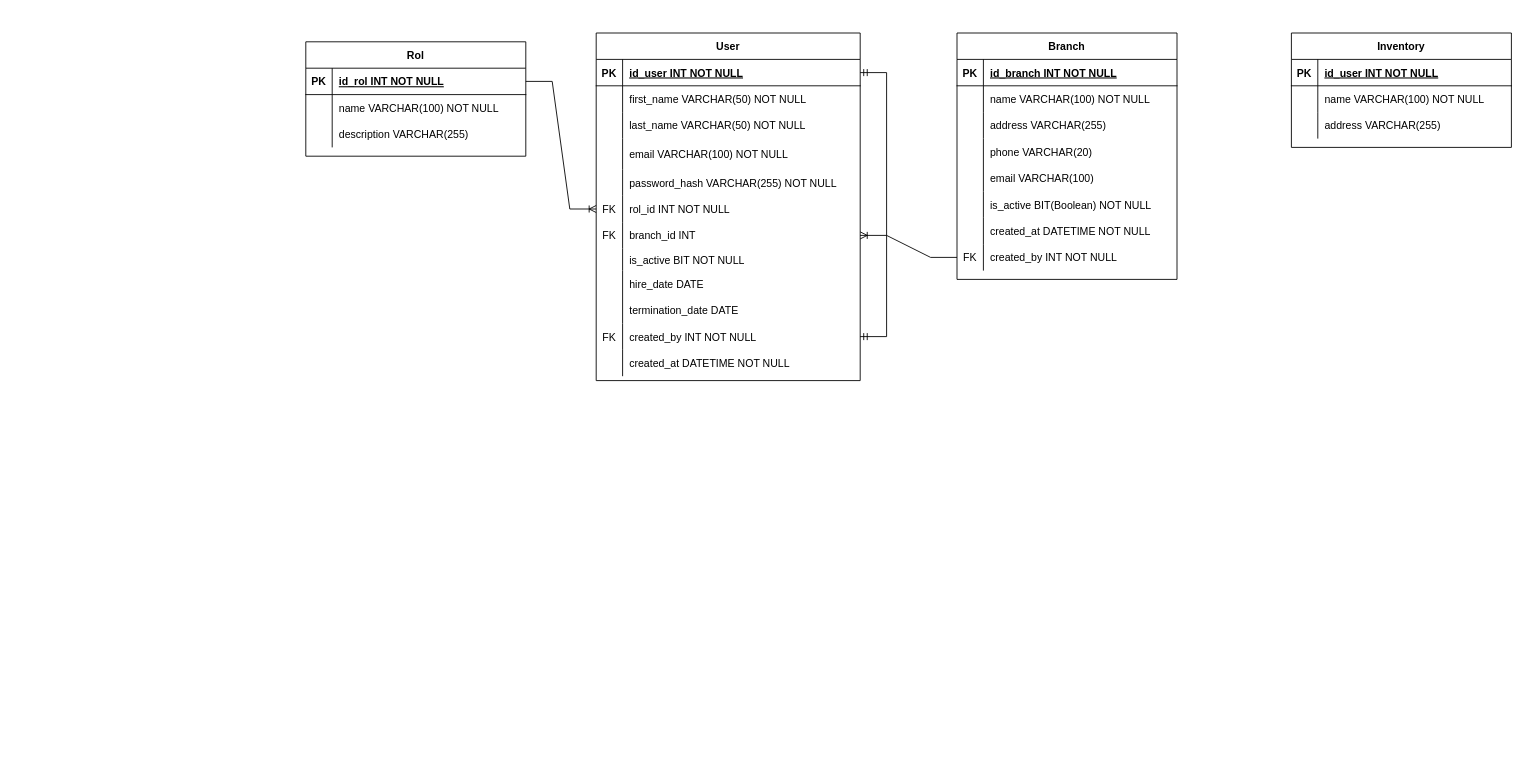
This is Requerimientos/zeromerma_db.drawio from CastellanosBS/ZeroMerma, a draw.io file, before an edit. Source tidied: cells renumbered, new cells numbered last; positions are measured from the earlier drawing's top-left corner, leaving out a move shared by most shapes. Both pictures are drawn from the tidied source at 88%, with x=0, y=0 at pixel (253, 33).
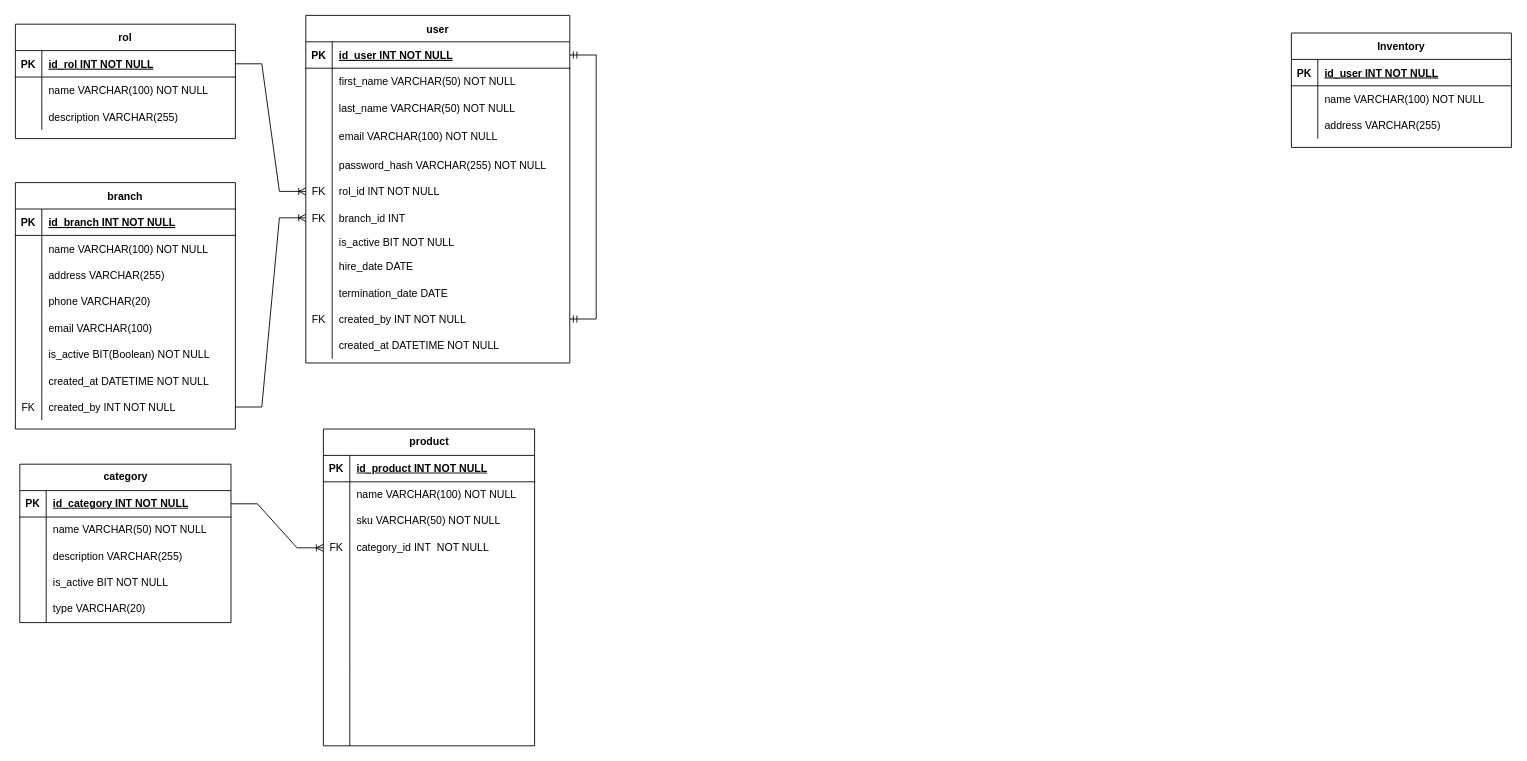
The same diagram, later.

Unchanged cells that the change refers to:
```xml
<mxCell id="24" style="shape=partialRectangle;fillColor=none;points=[[0,0.5],[1,0.5]];portConstraint=eastwest;top=0;left=0;right=0;bottom=0;" parent="2" vertex="1">
  <mxGeometry y="240" width="250" height="30" as="geometry" />
</mxCell>
<mxCell id="46" style="shape=partialRectangle;fillColor=none;points=[[0,0.5],[1,0.5]];portConstraint=eastwest;top=0;left=0;right=0;bottom=0;" parent="27" vertex="1">
  <mxGeometry y="215" width="300" height="30" as="geometry" />
</mxCell>
```

What changed in the source:
```diff
@@
-    <mxCell id="2" value="Branch" style="shape=table;startSize=30;childLayout=tableLayout;rowLines=0;fontStyle=1;align=center;labelBackgroundColor=none;" parent="1" vertex="1">
-      <mxGeometry x="800" width="250" height="280" as="geometry" />
+    <mxCell id="2" value="branch" style="shape=table;startSize=30;childLayout=tableLayout;rowLines=0;fontStyle=1;align=center;labelBackgroundColor=none;" parent="1" vertex="1">
+      <mxGeometry x="-270" y="170" width="250" height="280" as="geometry" />
     </mxCell>
@@
-    <mxCell id="27" value="User" style="shape=table;startSize=30;childLayout=tableLayout;rowLines=0;fontStyle=1;align=center;labelBackgroundColor=none;" parent="1" vertex="1">
-      <mxGeometry x="390" width="300" height="395" as="geometry" />
+    <mxCell id="27" value="user" style="shape=table;startSize=30;childLayout=tableLayout;rowLines=0;fontStyle=1;align=center;labelBackgroundColor=none;" parent="1" vertex="1">
+      <mxGeometry x="60" y="-20" width="300" height="395" as="geometry" />
     </mxCell>
@@
-    <mxCell id="65" style="edgeStyle=entityRelationEdgeStyle;fontSize=12;html=1;endArrow=ERoneToMany;rounded=0;entryX=1;entryY=0.5;entryDx=0;entryDy=0;exitX=0;exitY=0.5;exitDx=0;exitDy=0;" parent="1" edge="1" source="24" target="46">
+    <mxCell id="65" style="edgeStyle=entityRelationEdgeStyle;fontSize=12;html=1;endArrow=ERoneToMany;rounded=0;entryX=0;entryY=0.5;entryDx=0;entryDy=0;exitX=1;exitY=0.5;exitDx=0;exitDy=0;" parent="1" edge="1" source="24" target="46">
       <mxGeometry relative="1" as="geometry" />
     </mxCell>
@@
-    <mxCell id="76" value="Rol" style="shape=table;startSize=30;childLayout=tableLayout;rowLines=0;fontStyle=1;align=center;labelBackgroundColor=none;" parent="1" vertex="1">
-      <mxGeometry x="60" y="10" width="250" height="130" as="geometry" />
+    <mxCell id="76" value="rol" style="shape=table;startSize=30;childLayout=tableLayout;rowLines=0;fontStyle=1;align=center;labelBackgroundColor=none;" parent="1" vertex="1">
+      <mxGeometry x="-270" y="-10" width="250" height="130" as="geometry" />
     </mxCell>
@@
+    <mxCell id="87" value="category" style="shape=table;startSize=30;childLayout=tableLayout;rowLines=0;fontStyle=1;align=center;html=1;" parent="1" vertex="1">
+      <mxGeometry x="-265" y="490" width="240" height="180" as="geometry" />
+    </mxCell>
+    <mxCell id="88" style="shape=tableRow;horizontal=0;startSize=0;swimlaneHead=0;swimlaneBody=0;fillColor=none;points=[[0,0.5],[1,0.5]];portConstraint=eastwest;top=0;left=0;right=0;bottom=1;" parent="87" vertex="1">
+      <mxGeometry y="30" width="240" height="30" as="geometry" />
+    </mxCell>
+    <mxCell id="89" value="PK" style="shape=partialRectangle;fillColor=none;top=0;left=0;bottom=0;right=0;fontStyle=1;overflow=hidden;whiteSpace=wrap;html=1;" parent="88" vertex="1">
+      <mxGeometry width="30" height="30" as="geometry" />
+    </mxCell>
+    <mxCell id="90" value="id_category INT NOT NULL" style="shape=partialRectangle;fillColor=none;top=0;left=0;bottom=0;right=0;align=left;spacingLeft=6;fontStyle=5;overflow=hidden;whiteSpace=wrap;html=1;" parent="88" vertex="1">
+      <mxGeometry x="30" width="210" height="30" as="geometry" />
+    </mxCell>
+    <mxCell id="91" style="shape=tableRow;horizontal=0;startSize=0;swimlaneHead=0;swimlaneBody=0;fillColor=none;top=0;left=0;right=0;bottom=0;" parent="87" vertex="1">
+      <mxGeometry y="60" width="240" height="30" as="geometry" />
+    </mxCell>
+    <mxCell id="92" style="shape=partialRectangle;fillColor=none;top=0;left=0;bottom=0;right=0;overflow=hidden;whiteSpace=wrap;html=1;" parent="91" vertex="1">
+      <mxGeometry width="30" height="30" as="geometry" />
+    </mxCell>
+    <mxCell id="93" value="name VARCHAR(50) NOT NULL" style="shape=partialRectangle;fillColor=none;top=0;left=0;bottom=0;right=0;align=left;spacingLeft=6;overflow=hidden;whiteSpace=wrap;html=1;" parent="91" vertex="1">
+      <mxGeometry x="30" width="210" height="30" as="geometry" />
+    </mxCell>
+    <mxCell id="94" style="shape=tableRow;horizontal=0;startSize=0;swimlaneHead=0;swimlaneBody=0;fillColor=none;top=0;left=0;right=0;bottom=0;" parent="87" vertex="1">
+      <mxGeometry y="90" width="240" height="30" as="geometry" />
+    </mxCell>
+    <mxCell id="95" style="shape=partialRectangle;fillColor=none;top=0;left=0;bottom=0;right=0;overflow=hidden;whiteSpace=wrap;html=1;" parent="94" vertex="1">
+      <mxGeometry width="30" height="30" as="geometry" />
+    </mxCell>
+    <mxCell id="96" value="description VARCHAR(255)&amp;nbsp;" style="shape=partialRectangle;fillColor=none;top=0;left=0;bottom=0;right=0;align=left;spacingLeft=6;overflow=hidden;whiteSpace=wrap;html=1;" parent="94" vertex="1">
+      <mxGeometry x="30" width="210" height="30" as="geometry" />
+    </mxCell>
+    <mxCell id="97" style="shape=tableRow;horizontal=0;startSize=0;swimlaneHead=0;swimlaneBody=0;fillColor=none;top=0;left=0;right=0;bottom=0;" parent="87" vertex="1">
+      <mxGeometry y="120" width="240" height="30" as="geometry" />
+    </mxCell>
+    <mxCell id="98" style="shape=partialRectangle;fillColor=none;top=0;left=0;bottom=0;right=0;overflow=hidden;whiteSpace=wrap;html=1;" parent="97" vertex="1">
+      <mxGeometry width="30" height="30" as="geometry" />
+    </mxCell>
+    <mxCell id="99" value="is_active BIT NOT NULL" style="shape=partialRectangle;fillColor=none;top=0;left=0;bottom=0;right=0;align=left;spacingLeft=6;overflow=hidden;whiteSpace=wrap;html=1;" parent="97" vertex="1">
+      <mxGeometry x="30" width="210" height="30" as="geometry" />
+    </mxCell>
+    <mxCell id="100" style="shape=tableRow;horizontal=0;startSize=0;swimlaneHead=0;swimlaneBody=0;fillColor=none;top=0;left=0;right=0;bottom=0;" parent="87" vertex="1">
+      <mxGeometry y="150" width="240" height="30" as="geometry" />
+    </mxCell>
+    <mxCell id="101" style="shape=partialRectangle;fillColor=none;top=0;left=0;bottom=0;right=0;overflow=hidden;whiteSpace=wrap;html=1;" parent="100" vertex="1">
+      <mxGeometry width="30" height="30" as="geometry" />
+    </mxCell>
+    <mxCell id="102" value="type VARCHAR(20)&amp;nbsp;&amp;nbsp;" style="shape=partialRectangle;fillColor=none;top=0;left=0;bottom=0;right=0;align=left;spacingLeft=6;overflow=hidden;whiteSpace=wrap;html=1;" parent="100" vertex="1">
+      <mxGeometry x="30" width="210" height="30" as="geometry" />
+    </mxCell>
+    <mxCell id="103" value="product" style="shape=table;startSize=30;childLayout=tableLayout;rowLines=0;fontStyle=1;align=center;html=1;" parent="1" vertex="1">
+      <mxGeometry x="80" y="450" width="240" height="360" as="geometry" />
+    </mxCell>
+    <mxCell id="104" style="shape=tableRow;horizontal=0;startSize=0;swimlaneHead=0;swimlaneBody=0;fillColor=none;top=0;left=0;right=0;bottom=1;" parent="103" vertex="1">
+      <mxGeometry y="30" width="240" height="30" as="geometry" />
+    </mxCell>
+    <mxCell id="105" value="PK" style="shape=partialRectangle;fillColor=none;top=0;left=0;bottom=0;right=0;fontStyle=1;overflow=hidden;whiteSpace=wrap;html=1;" parent="104" vertex="1">
+      <mxGeometry width="30" height="30" as="geometry" />
+    </mxCell>
+    <mxCell id="106" value="id_product INT NOT NULL" style="shape=partialRectangle;fillColor=none;top=0;left=0;bottom=0;right=0;align=left;spacingLeft=6;fontStyle=5;overflow=hidden;whiteSpace=wrap;html=1;" parent="104" vertex="1">
+      <mxGeometry x="30" width="210" height="30" as="geometry" />
+    </mxCell>
+    <mxCell id="107" style="shape=tableRow;horizontal=0;startSize=0;swimlaneHead=0;swimlaneBody=0;fillColor=none;top=0;left=0;right=0;bottom=0;" parent="103" vertex="1">
+      <mxGeometry y="60" width="240" height="30" as="geometry" />
+    </mxCell>
+    <mxCell id="108" style="shape=partialRectangle;fillColor=none;top=0;left=0;bottom=0;right=0;overflow=hidden;whiteSpace=wrap;html=1;" parent="107" vertex="1">
+      <mxGeometry width="30" height="30" as="geometry" />
+    </mxCell>
+    <mxCell id="109" value="name VARCHAR(100) NOT NULL" style="shape=partialRectangle;fillColor=none;top=0;left=0;bottom=0;right=0;align=left;spacingLeft=6;overflow=hidden;whiteSpace=wrap;html=1;" parent="107" vertex="1">
+      <mxGeometry x="30" width="210" height="30" as="geometry" />
+    </mxCell>
+    <mxCell id="110" style="shape=tableRow;horizontal=0;startSize=0;swimlaneHead=0;swimlaneBody=0;fillColor=none;top=0;left=0;right=0;bottom=0;" parent="103" vertex="1">
+      <mxGeometry y="90" width="240" height="30" as="geometry" />
+    </mxCell>
+    <mxCell id="111" style="shape=partialRectangle;fillColor=none;top=0;left=0;bottom=0;right=0;overflow=hidden;whiteSpace=wrap;html=1;" parent="110" vertex="1">
+      <mxGeometry width="30" height="30" as="geometry" />
+    </mxCell>
+    <mxCell id="112" value="sku VARCHAR(50) NOT NULL" style="shape=partialRectangle;fillColor=none;top=0;left=0;bottom=0;right=0;align=left;spacingLeft=6;overflow=hidden;whiteSpace=wrap;html=1;" parent="110" vertex="1">
+      <mxGeometry x="30" width="210" height="30" as="geometry" />
+    </mxCell>
+    <mxCell id="113" style="shape=tableRow;horizontal=0;startSize=0;swimlaneHead=0;swimlaneBody=0;fillColor=none;points=[[0,0.5],[1,0.5]];portConstraint=eastwest;top=0;left=0;right=0;bottom=0;" parent="103" vertex="1">
+      <mxGeometry y="120" width="240" height="30" as="geometry" />
+    </mxCell>
+    <mxCell id="114" value="FK" style="shape=partialRectangle;fillColor=none;top=0;left=0;bottom=0;right=0;overflow=hidden;whiteSpace=wrap;html=1;" parent="113" vertex="1">
+      <mxGeometry width="30" height="30" as="geometry" />
+    </mxCell>
+    <mxCell id="115" value="category_id INT&amp;nbsp; NOT NULL" style="shape=partialRectangle;fillColor=none;top=0;left=0;bottom=0;right=0;align=left;spacingLeft=6;overflow=hidden;whiteSpace=wrap;html=1;" parent="113" vertex="1">
+      <mxGeometry x="30" width="210" height="30" as="geometry" />
+    </mxCell>
+    <mxCell id="116" style="shape=tableRow;horizontal=0;startSize=0;swimlaneHead=0;swimlaneBody=0;fillColor=none;top=0;left=0;right=0;bottom=0;" parent="103" vertex="1">
+      <mxGeometry y="150" width="240" height="30" as="geometry" />
+    </mxCell>
+    <mxCell id="117" style="shape=partialRectangle;fillColor=none;top=0;left=0;bottom=0;right=0;overflow=hidden;whiteSpace=wrap;html=1;" parent="116" vertex="1">
+      <mxGeometry width="30" height="30" as="geometry" />
+    </mxCell>
+    <mxCell id="118" style="shape=partialRectangle;fillColor=none;top=0;left=0;bottom=0;right=0;align=left;spacingLeft=6;overflow=hidden;whiteSpace=wrap;html=1;" parent="116" vertex="1">
+      <mxGeometry x="30" width="210" height="30" as="geometry" />
+    </mxCell>
+    <mxCell id="119" style="shape=tableRow;horizontal=0;startSize=0;swimlaneHead=0;swimlaneBody=0;fillColor=none;top=0;left=0;right=0;bottom=0;" parent="103" vertex="1">
+      <mxGeometry y="180" width="240" height="30" as="geometry" />
+    </mxCell>
+    <mxCell id="120" style="shape=partialRectangle;fillColor=none;top=0;left=0;bottom=0;right=0;overflow=hidden;whiteSpace=wrap;html=1;" parent="119" vertex="1">
+      <mxGeometry width="30" height="30" as="geometry" />
+    </mxCell>
+    <mxCell id="121" style="shape=partialRectangle;fillColor=none;top=0;left=0;bottom=0;right=0;align=left;spacingLeft=6;overflow=hidden;whiteSpace=wrap;html=1;" parent="119" vertex="1">
+      <mxGeometry x="30" width="210" height="30" as="geometry" />
+    </mxCell>
+    <mxCell id="122" style="shape=tableRow;horizontal=0;startSize=0;swimlaneHead=0;swimlaneBody=0;fillColor=none;top=0;left=0;right=0;bottom=0;" parent="103" vertex="1">
+      <mxGeometry y="210" width="240" height="30" as="geometry" />
+    </mxCell>
+    <mxCell id="123" style="shape=partialRectangle;fillColor=none;top=0;left=0;bottom=0;right=0;overflow=hidden;whiteSpace=wrap;html=1;" parent="122" vertex="1">
+      <mxGeometry width="30" height="30" as="geometry" />
+    </mxCell>
+    <mxCell id="124" style="shape=partialRectangle;fillColor=none;top=0;left=0;bottom=0;right=0;align=left;spacingLeft=6;overflow=hidden;whiteSpace=wrap;html=1;" parent="122" vertex="1">
+      <mxGeometry x="30" width="210" height="30" as="geometry" />
+    </mxCell>
+    <mxCell id="125" style="shape=tableRow;horizontal=0;startSize=0;swimlaneHead=0;swimlaneBody=0;fillColor=none;top=0;left=0;right=0;bottom=0;" parent="103" vertex="1">
+      <mxGeometry y="240" width="240" height="30" as="geometry" />
+    </mxCell>
+    <mxCell id="126" style="shape=partialRectangle;fillColor=none;top=0;left=0;bottom=0;right=0;overflow=hidden;whiteSpace=wrap;html=1;" parent="125" vertex="1">
+      <mxGeometry width="30" height="30" as="geometry" />
+    </mxCell>
+    <mxCell id="127" style="shape=partialRectangle;fillColor=none;top=0;left=0;bottom=0;right=0;align=left;spacingLeft=6;overflow=hidden;whiteSpace=wrap;html=1;" parent="125" vertex="1">
+      <mxGeometry x="30" width="210" height="30" as="geometry" />
+    </mxCell>
+    <mxCell id="128" style="shape=tableRow;horizontal=0;startSize=0;swimlaneHead=0;swimlaneBody=0;fillColor=none;top=0;left=0;right=0;bottom=0;" parent="103" vertex="1">
+      <mxGeometry y="270" width="240" height="30" as="geometry" />
+    </mxCell>
+    <mxCell id="129" style="shape=partialRectangle;fillColor=none;top=0;left=0;bottom=0;right=0;overflow=hidden;whiteSpace=wrap;html=1;" parent="128" vertex="1">
+      <mxGeometry width="30" height="30" as="geometry" />
+    </mxCell>
+    <mxCell id="130" style="shape=partialRectangle;fillColor=none;top=0;left=0;bottom=0;right=0;align=left;spacingLeft=6;overflow=hidden;whiteSpace=wrap;html=1;" parent="128" vertex="1">
+      <mxGeometry x="30" width="210" height="30" as="geometry" />
+    </mxCell>
+    <mxCell id="131" style="shape=tableRow;horizontal=0;startSize=0;swimlaneHead=0;swimlaneBody=0;fillColor=none;top=0;left=0;right=0;bottom=0;" parent="103" vertex="1">
+      <mxGeometry y="300" width="240" height="30" as="geometry" />
+    </mxCell>
+    <mxCell id="132" style="shape=partialRectangle;fillColor=none;top=0;left=0;bottom=0;right=0;overflow=hidden;whiteSpace=wrap;html=1;" parent="131" vertex="1">
+      <mxGeometry width="30" height="30" as="geometry" />
+    </mxCell>
+    <mxCell id="133" style="shape=partialRectangle;fillColor=none;top=0;left=0;bottom=0;right=0;align=left;spacingLeft=6;overflow=hidden;whiteSpace=wrap;html=1;" parent="131" vertex="1">
+      <mxGeometry x="30" width="210" height="30" as="geometry" />
+    </mxCell>
+    <mxCell id="134" style="shape=tableRow;horizontal=0;startSize=0;swimlaneHead=0;swimlaneBody=0;fillColor=none;top=0;left=0;right=0;bottom=0;" parent="103" vertex="1">
+      <mxGeometry y="330" width="240" height="30" as="geometry" />
+    </mxCell>
+    <mxCell id="135" style="shape=partialRectangle;fillColor=none;top=0;left=0;bottom=0;right=0;overflow=hidden;whiteSpace=wrap;html=1;" parent="134" vertex="1">
+      <mxGeometry width="30" height="30" as="geometry" />
+    </mxCell>
+    <mxCell id="136" style="shape=partialRectangle;fillColor=none;top=0;left=0;bottom=0;right=0;align=left;spacingLeft=6;overflow=hidden;whiteSpace=wrap;html=1;" parent="134" vertex="1">
+      <mxGeometry x="30" width="210" height="30" as="geometry" />
+    </mxCell>
+    <mxCell id="137" style="edgeStyle=entityRelationEdgeStyle;fontSize=12;html=1;endArrow=ERoneToMany;rounded=0;exitX=1;exitY=0.5;exitDx=0;exitDy=0;entryX=0;entryY=0.5;entryDx=0;entryDy=0;" parent="1" edge="1" source="88" target="113">
+      <mxGeometry relative="1" as="geometry" />
+    </mxCell>
```
